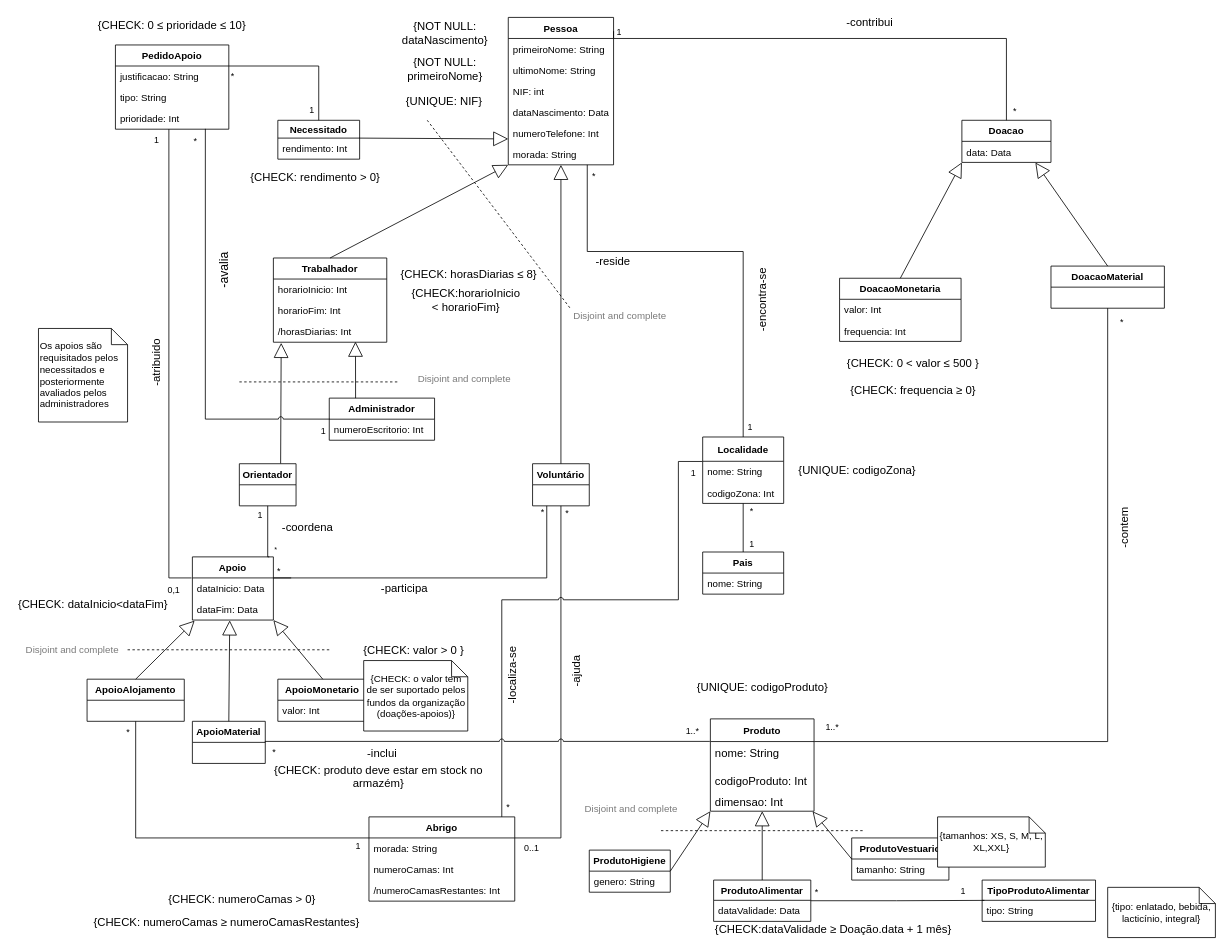
The draw.io diagram Delivery_I/diagram.drawio in francisco-rente/FEUP-BDAD, before the edit. Source tidied: cells renumbered, new cells numbered last; positions are measured from the earlier drawing's top-left corner, leaving out a move shared by most shapes. Both pictures are drawn from the tidied source at 81%, with x=0, y=0 at pixel (14, 14).
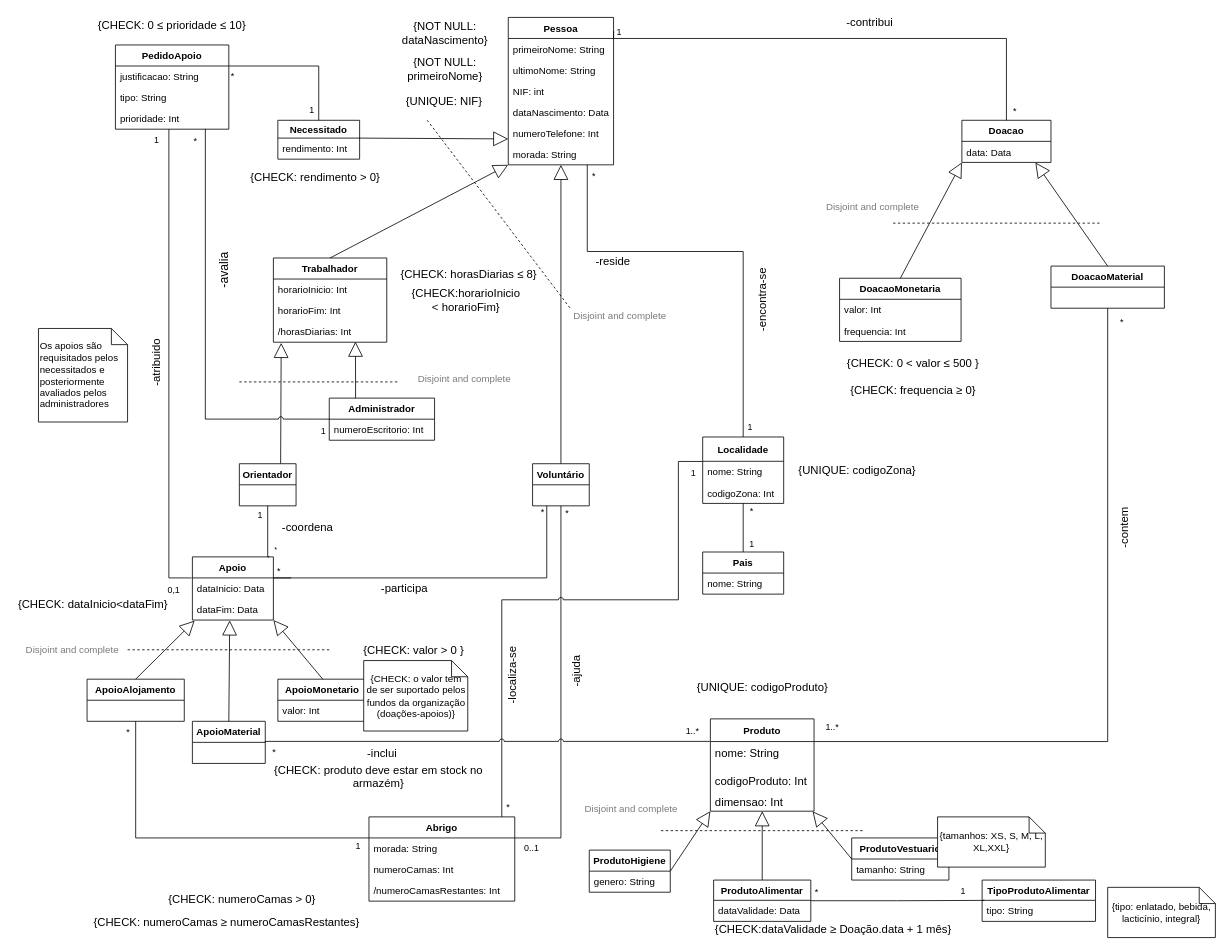
Above is the later version.

The edit, as a diff of the source:
```diff
@@
+    <mxCell id="152" style="endArrow=none;dashed=1;html=1;" parent="1" edge="1">
+      <mxGeometry relative="1" as="geometry">
+        <mxPoint x="1340" y="258" as="sourcePoint" />
+        <mxPoint x="1083.5" y="258" as="targetPoint" />
+      </mxGeometry>
+    </mxCell>
+    <mxCell id="153" value="Disjoint and complete " style="text;html=1;strokeColor=none;fillColor=none;align=center;verticalAlign=middle;whiteSpace=wrap;rounded=0;fontColor=#7A7A7A;" parent="1" vertex="1">
+      <mxGeometry x="998" y="228" width="124" height="20" as="geometry" />
+    </mxCell>
```
